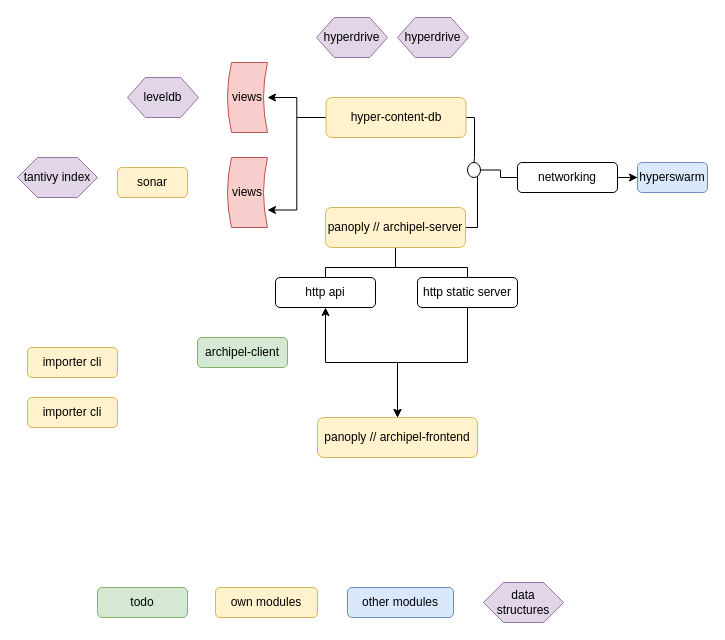
Before: page "stack overview" (1 of 3) of sonar-stack.drawio in arso-project/sonar-resources, a draw.io diagram. Source tidied: cells renumbered, new cells numbered last; positions are measured from the earlier drawing's top-left corner, leaving out a move shared by most shapes. Both pictures are drawn from the tidied source at 100%, with x=0, y=0 at pixel (17, 17).
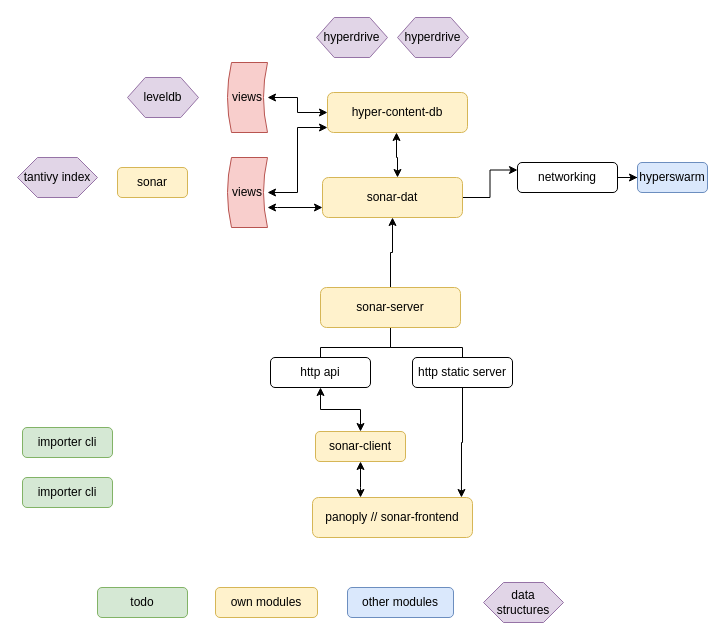
The same page after the edit.

Unchanged cells that the change refers to:
```xml
<mxCell id="7" value="views" style="shape=dataStorage;whiteSpace=wrap;html=1;fillColor=#f8cecc;strokeColor=#b85450;" parent="1" vertex="1">
  <mxGeometry x="210" y="45" width="40" height="70" as="geometry" />
</mxCell>
<mxCell id="12" value="views" style="shape=dataStorage;whiteSpace=wrap;html=1;fillColor=#f8cecc;strokeColor=#b85450;" parent="1" vertex="1">
  <mxGeometry x="210" y="140" width="40" height="70" as="geometry" />
</mxCell>
<mxCell id="14" value="networking" style="rounded=1;whiteSpace=wrap;html=1;" parent="1" vertex="1">
  <mxGeometry x="500" y="145" width="100" height="30" as="geometry" />
</mxCell>
```

What changed in the source:
```diff
@@
-    <mxCell id="3" style="edgeStyle=orthogonalEdgeStyle;rounded=0;jettySize=auto;html=1;" parent="1" edge="1" source="6" target="7">
+    <mxCell id="3" style="edgeStyle=orthogonalEdgeStyle;rounded=0;jettySize=auto;html=1;startArrow=classic;startFill=1;" parent="1" edge="1" source="6" target="7">
       <mxGeometry relative="1" as="geometry" />
     </mxCell>
+    <mxCell id="34" style="edgeStyle=orthogonalEdgeStyle;rounded=0;jettySize=auto;html=1;startArrow=classic;startFill=1;" parent="1" edge="1" source="6" target="40">
+      <mxGeometry relative="1" as="geometry">
+        <Array as="points">
+          <mxPoint x="379" y="140" />
+          <mxPoint x="380" y="140" />
+        </Array>
+      </mxGeometry>
+    </mxCell>
-    <mxCell id="4" style="edgeStyle=orthogonalEdgeStyle;rounded=0;jettySize=auto;html=1;entryX=1;entryY=0.75;entryDx=0;entryDy=0;" parent="1" edge="1" source="6" target="12">
-      <mxGeometry relative="1" as="geometry" />
+    <mxCell id="4" style="edgeStyle=orthogonalEdgeStyle;rounded=0;jettySize=auto;html=1;entryX=1;entryY=0.5;entryDx=0;entryDy=0;startArrow=classic;startFill=1;" parent="1" edge="1" source="6" target="12">
+      <mxGeometry relative="1" as="geometry">
+        <Array as="points">
+          <mxPoint x="280" y="110" />
+          <mxPoint x="280" y="175" />
+        </Array>
+      </mxGeometry>
     </mxCell>
-    <mxCell id="5" style="edgeStyle=orthogonalEdgeStyle;rounded=0;jettySize=auto;html=1;entryX=0.5;entryY=0;entryDx=0;entryDy=0;endArrow=none;endFill=0;" parent="1" edge="1" source="6" target="17">
-      <mxGeometry relative="1" as="geometry">
-        <Array as="points">
-          <mxPoint x="457" y="100" />
-          <mxPoint x="457" y="140" />
-        </Array>
-      </mxGeometry>
-    </mxCell>
     <mxCell id="6" value="hyper-content-db" style="rounded=1;whiteSpace=wrap;html=1;fillColor=#fff2cc;strokeColor=#d6b656;" parent="1" vertex="1">
-      <mxGeometry x="308.5" y="80" width="140" height="40" as="geometry" />
+      <mxGeometry x="310" y="75" width="140" height="40" as="geometry" />
     </mxCell>
@@
-    <mxCell id="8" style="edgeStyle=orthogonalEdgeStyle;rounded=0;jettySize=auto;html=1;entryX=0;entryY=0.5;entryDx=0;entryDy=0;endArrow=none;endFill=0;" parent="1" edge="1" source="11" target="17">
-      <mxGeometry relative="1" as="geometry">
-        <Array as="points">
-          <mxPoint x="460" y="210" />
-          <mxPoint x="460" y="153" />
-        </Array>
-      </mxGeometry>
-    </mxCell>
@@
+    <mxCell id="35" style="edgeStyle=orthogonalEdgeStyle;rounded=0;jettySize=auto;html=1;entryX=0.5;entryY=1;entryDx=0;entryDy=0;" parent="1" edge="1" source="11" target="40">
+      <mxGeometry relative="1" as="geometry" />
+    </mxCell>
-    <mxCell id="11" value="panoply // archipel-server" style="rounded=1;whiteSpace=wrap;html=1;fillColor=#fff2cc;strokeColor=#d6b656;" parent="1" vertex="1">
-      <mxGeometry x="308" y="190" width="140" height="40" as="geometry" />
+    <mxCell id="11" value="sonar-server" style="rounded=1;whiteSpace=wrap;html=1;fillColor=#fff2cc;strokeColor=#d6b656;" parent="1" vertex="1">
+      <mxGeometry x="303" y="270" width="140" height="40" as="geometry" />
     </mxCell>
@@
-    <mxCell id="16" style="edgeStyle=orthogonalEdgeStyle;rounded=0;jettySize=auto;html=1;entryX=0;entryY=0.5;entryDx=0;entryDy=0;endArrow=none;endFill=0;" parent="1" edge="1" source="17" target="14">
-      <mxGeometry relative="1" as="geometry" />
-    </mxCell>
-    <mxCell id="17" style="ellipse;whiteSpace=wrap;html=1;" parent="1" vertex="1">
-      <mxGeometry x="450" y="145" width="13" height="15" as="geometry" />
-    </mxCell>
-    <mxCell id="18" style="edgeStyle=orthogonalEdgeStyle;rounded=0;jettySize=auto;html=1;endArrow=classic;endFill=1;startArrow=classic;startFill=1;" parent="1" edge="1" source="19" target="22">
-      <mxGeometry relative="1" as="geometry" />
-    </mxCell>
+    <mxCell id="36" style="edgeStyle=orthogonalEdgeStyle;rounded=0;jettySize=auto;html=1;startArrow=classic;startFill=1;" parent="1" edge="1" source="19" target="25">
+      <mxGeometry relative="1" as="geometry" />
+    </mxCell>
     <mxCell id="19" value="http api" style="rounded=1;whiteSpace=wrap;html=1;" parent="1" vertex="1">
-      <mxGeometry x="258" y="260" width="100" height="30" as="geometry" />
+      <mxGeometry x="253" y="340" width="100" height="30" as="geometry" />
     </mxCell>
-    <mxCell id="20" style="edgeStyle=orthogonalEdgeStyle;rounded=0;jettySize=auto;html=1;startArrow=none;startFill=0;endArrow=classic;endFill=1;" parent="1" edge="1" source="21" target="22">
+    <mxCell id="20" style="edgeStyle=orthogonalEdgeStyle;rounded=0;jettySize=auto;html=1;startArrow=none;startFill=0;endArrow=classic;endFill=1;entryX=0.931;entryY=0;entryDx=0;entryDy=0;entryPerimeter=0;" parent="1" edge="1" source="21" target="22">
       <mxGeometry relative="1" as="geometry" />
     </mxCell>
     <mxCell id="21" value="http static server" style="rounded=1;whiteSpace=wrap;html=1;" parent="1" vertex="1">
-      <mxGeometry x="400" y="260" width="100" height="30" as="geometry" />
+      <mxGeometry x="395" y="340" width="100" height="30" as="geometry" />
     </mxCell>
+    <mxCell id="37" style="edgeStyle=orthogonalEdgeStyle;rounded=0;jettySize=auto;html=1;startArrow=classic;startFill=1;" parent="1" edge="1" source="22" target="25">
+      <mxGeometry relative="1" as="geometry">
+        <Array as="points">
+          <mxPoint x="343" y="470" />
+          <mxPoint x="343" y="470" />
+        </Array>
+      </mxGeometry>
+    </mxCell>
-    <mxCell id="22" value="panoply // archipel-frontend" style="rounded=1;whiteSpace=wrap;html=1;fillColor=#fff2cc;strokeColor=#d6b656;" parent="1" vertex="1">
-      <mxGeometry x="300" y="400" width="160" height="40" as="geometry" />
+    <mxCell id="22" value="panoply // sonar-frontend" style="rounded=1;whiteSpace=wrap;html=1;fillColor=#fff2cc;strokeColor=#d6b656;" parent="1" vertex="1">
+      <mxGeometry x="295" y="480" width="160" height="40" as="geometry" />
     </mxCell>
-    <mxCell id="23" value="importer cli" style="rounded=1;whiteSpace=wrap;html=1;fillColor=#fff2cc;strokeColor=#d6b656;" parent="1" vertex="1">
-      <mxGeometry x="10" y="330" width="90" height="30" as="geometry" />
+    <mxCell id="23" value="importer cli" style="rounded=1;whiteSpace=wrap;html=1;fillColor=#d5e8d4;strokeColor=#82b366;" parent="1" vertex="1">
+      <mxGeometry x="5" y="410" width="90" height="30" as="geometry" />
     </mxCell>
-    <mxCell id="24" value="importer cli" style="rounded=1;whiteSpace=wrap;html=1;fillColor=#fff2cc;strokeColor=#d6b656;" parent="1" vertex="1">
-      <mxGeometry x="10" y="380" width="90" height="30" as="geometry" />
+    <mxCell id="24" value="importer cli" style="rounded=1;whiteSpace=wrap;html=1;fillColor=#d5e8d4;strokeColor=#82b366;" parent="1" vertex="1">
+      <mxGeometry x="5" y="460" width="90" height="30" as="geometry" />
     </mxCell>
-    <mxCell id="25" value="archipel-client" style="rounded=1;whiteSpace=wrap;html=1;fillColor=#d5e8d4;strokeColor=#82b366;" parent="1" vertex="1">
-      <mxGeometry x="180" y="320" width="90" height="30" as="geometry" />
+    <mxCell id="25" value="sonar-client" style="rounded=1;whiteSpace=wrap;html=1;fillColor=#fff2cc;strokeColor=#d6b656;" parent="1" vertex="1">
+      <mxGeometry x="298" y="414" width="90" height="30" as="geometry" />
     </mxCell>
@@
+    <mxCell id="38" style="edgeStyle=orthogonalEdgeStyle;rounded=0;jettySize=auto;html=1;entryX=0;entryY=0.25;entryDx=0;entryDy=0;" parent="1" edge="1" source="40" target="14">
+      <mxGeometry relative="1" as="geometry" />
+    </mxCell>
+    <mxCell id="39" style="edgeStyle=orthogonalEdgeStyle;rounded=0;jettySize=auto;html=1;startArrow=classic;startFill=1;" parent="1" edge="1" source="40" target="12">
+      <mxGeometry relative="1" as="geometry">
+        <Array as="points">
+          <mxPoint x="260" y="190" />
+          <mxPoint x="260" y="190" />
+        </Array>
+      </mxGeometry>
+    </mxCell>
+    <mxCell id="40" value="sonar-dat" style="rounded=1;whiteSpace=wrap;html=1;fillColor=#fff2cc;strokeColor=#d6b656;" parent="1" vertex="1">
+      <mxGeometry x="305" y="160" width="140" height="40" as="geometry" />
+    </mxCell>
```
